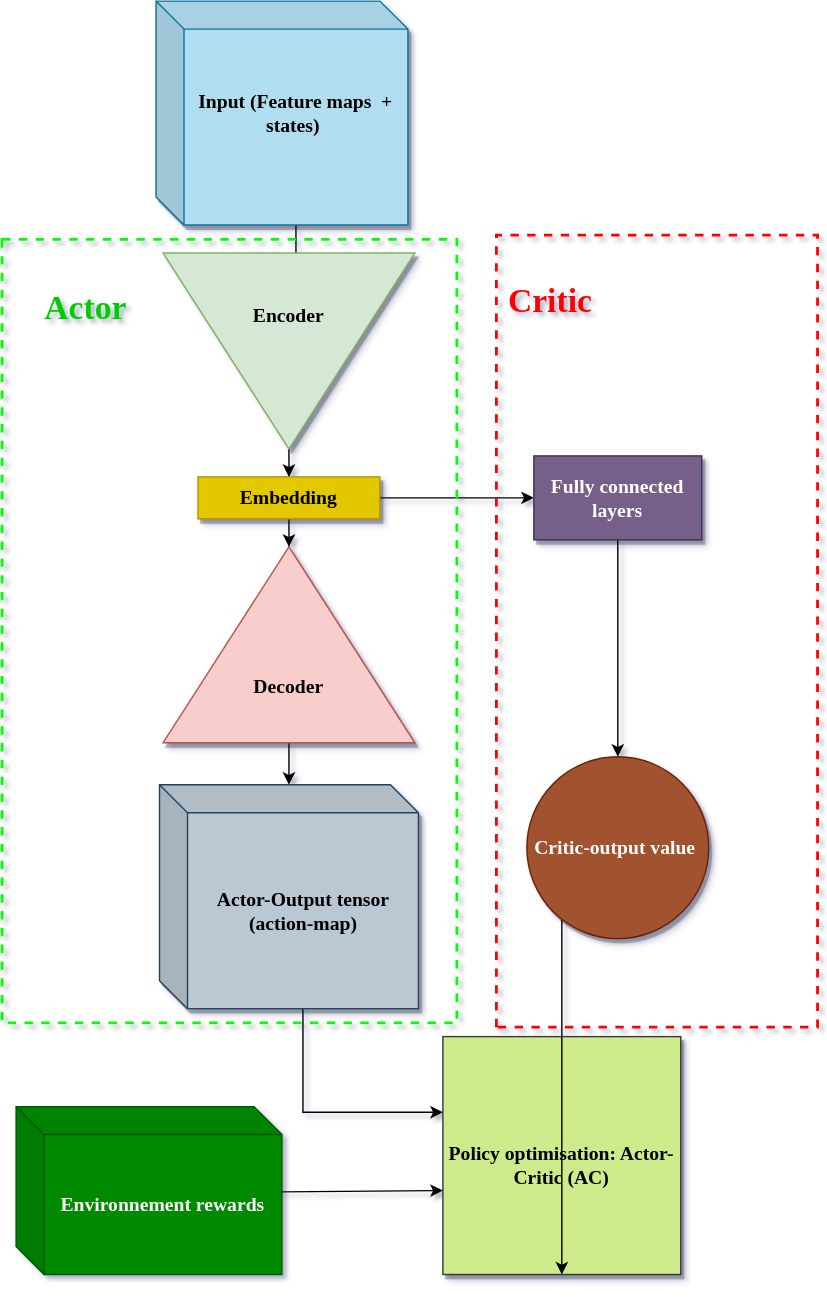
Above: static/img/grid_wise_diag.svg in MehdiZouitine/My_personal_blog (draw.io), before the change. Source tidied: cells renumbered, new cells last; positions are measured from the earlier drawing's top-left corner, leaving out a move shared by most shapes.
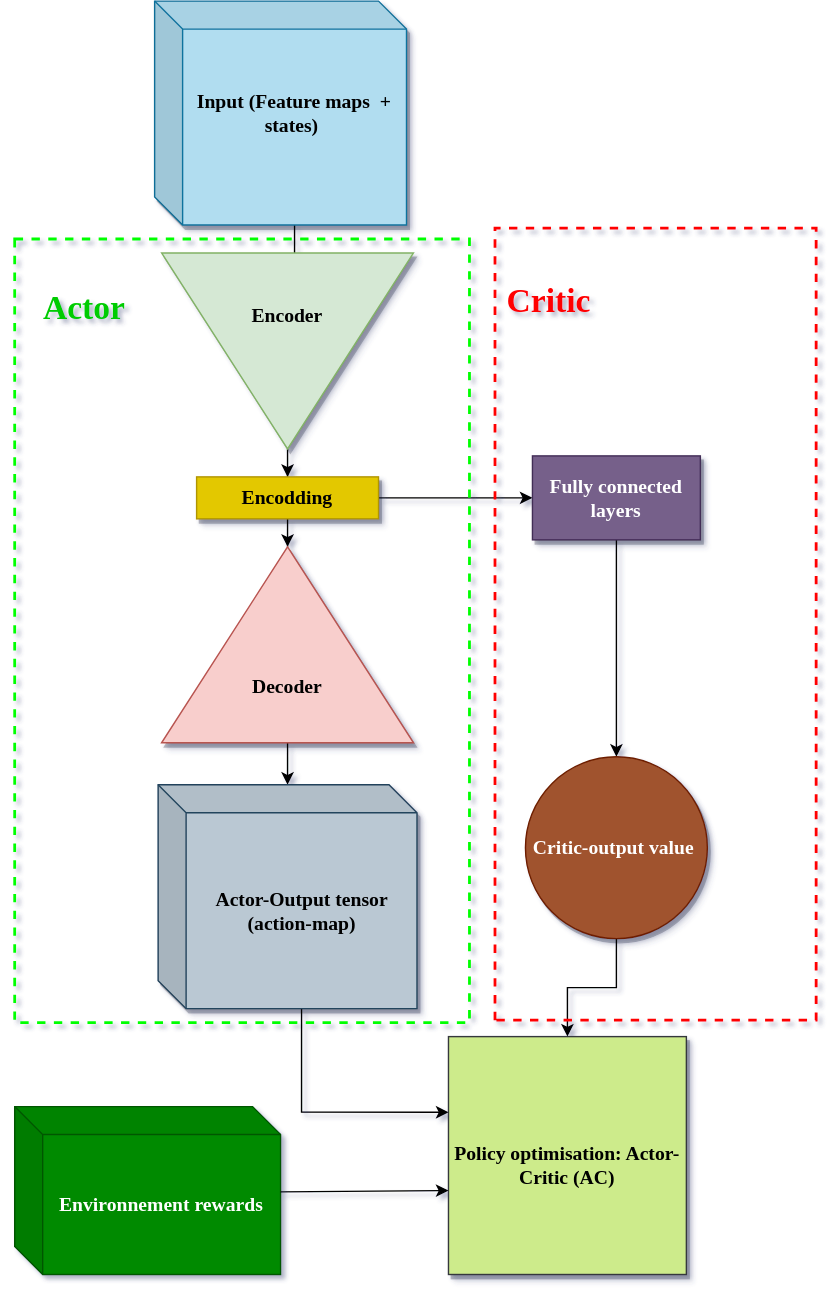
Later version of the same file.

Change to the diagram source:
```diff
@@ -25,7 +25,7 @@
     <mxCell id="7" style="edgeStyle=orthogonalEdgeStyle;rounded=0;jettySize=auto;html=1;entryX=0;entryY=0.5;entryDx=0;entryDy=0;" parent="1" edge="1" source="8" target="17">
       <mxGeometry relative="1" as="geometry" />
     </mxCell>
-    <mxCell id="8" value="&lt;h3&gt;&lt;font color=&quot;#000000&quot; face=&quot;Georgia&quot;&gt;Embedding&lt;/font&gt;&lt;/h3&gt;" style="rounded=0;whiteSpace=wrap;html=1;shadow=1;comic=0;rotation=0;fillColor=#e3c800;strokeColor=#B09500;fontColor=#ffffff;" parent="1" vertex="1">
+    <mxCell id="8" value="&lt;h3&gt;&lt;font color=&quot;#000000&quot; face=&quot;Georgia&quot;&gt;Encodding&lt;/font&gt;&lt;/h3&gt;" style="rounded=0;whiteSpace=wrap;html=1;shadow=1;comic=0;rotation=0;fillColor=#e3c800;strokeColor=#B09500;fontColor=#ffffff;" parent="1" vertex="1">
       <mxGeometry x="140" y="340" width="130" height="30" as="geometry" />
     </mxCell>
     <mxCell id="9" style="edgeStyle=orthogonalEdgeStyle;rounded=0;jettySize=auto;html=1;" parent="1" edge="1" source="10" target="12">
@@ -56,23 +56,19 @@
       <mxGeometry x="380" y="325" width="120" height="60" as="geometry" />
     </mxCell>
     <mxCell id="18" value="&lt;font face=&quot;Georgia&quot;&gt;&lt;br&gt;&lt;/font&gt;&lt;h3&gt;&lt;font face=&quot;Georgia&quot;&gt;Policy optimisation: Actor-Critic (AC)&lt;/font&gt;&lt;/h3&gt;" style="whiteSpace=wrap;html=1;rounded=0;shadow=1;comic=0;fillColor=#cdeb8b;strokeColor=#36393d;" parent="1" vertex="1">
-      <mxGeometry x="315" y="740" width="170" height="170" as="geometry" />
+      <mxGeometry x="320" y="740" width="170" height="170" as="geometry" />
     </mxCell>
-    <mxCell id="19" style="edgeStyle=orthogonalEdgeStyle;rounded=0;jettySize=auto;html=1;" parent="1" edge="1" source="20" target="18">
-      <mxGeometry relative="1" as="geometry">
-        <Array as="points">
-          <mxPoint x="400" y="830" />
-        </Array>
-      </mxGeometry>
+    <mxCell id="19" style="edgeStyle=orthogonalEdgeStyle;rounded=0;jettySize=auto;html=1;entryX=0.5;entryY=0;entryDx=0;entryDy=0;" parent="1" edge="1" source="20" target="18">
+      <mxGeometry relative="1" as="geometry" />
     </mxCell>
     <mxCell id="20" value="&lt;h3&gt;&lt;font face=&quot;Georgia&quot;&gt;Critic-output value&amp;nbsp;&lt;/font&gt;&lt;/h3&gt;" style="ellipse;whiteSpace=wrap;html=1;rounded=0;shadow=1;comic=0;fillColor=#a0522d;strokeColor=#6D1F00;fontColor=#ffffff;" parent="1" vertex="1">
       <mxGeometry x="375" y="540" width="130" height="130" as="geometry" />
     </mxCell>
     <mxCell id="21" style="rounded=0;whiteSpace=wrap;html=1;shadow=0;dashed=1;comic=0;strokeWidth=2;fillColor=none;rotation=-90;strokeColor=#FF0000;glass=0;" parent="1" vertex="1">
-      <mxGeometry x="185" y="335.5" width="566" height="229.5" as="geometry" />
+      <mxGeometry x="185" y="330.5" width="566" height="229.5" as="geometry" />
     </mxCell>
     <mxCell id="22" style="rounded=0;whiteSpace=wrap;html=1;shadow=0;glass=0;dashed=1;comic=0;strokeWidth=2;fillColor=none;strokeColor=#00FF00;" parent="1" vertex="1">
-      <mxGeometry y="170.2" width="325" height="560" as="geometry" />
+      <mxGeometry x="10" y="170" width="325" height="560" as="geometry" />
     </mxCell>
     <mxCell id="23" value="&lt;h1&gt;&lt;font color=&quot;#00cc00&quot; face=&quot;Georgia&quot;&gt;Actor&lt;/font&gt;&lt;/h1&gt;" style="text;html=1;strokeColor=none;fillColor=none;align=center;verticalAlign=middle;whiteSpace=wrap;rounded=0;shadow=0;glass=0;dashed=1;comic=0;" parent="1" vertex="1">
       <mxGeometry y="180" width="120" height="80" as="geometry" />
```
